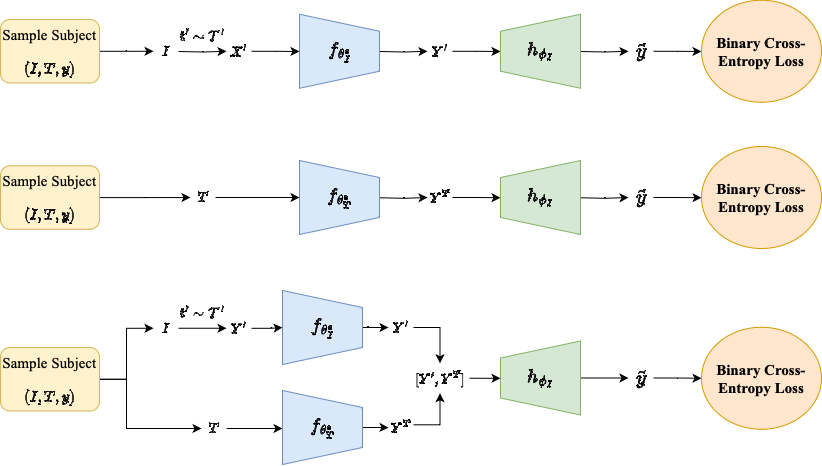
Above: fine-tuning.drawio.png in Vivano/amal-project (draw.io), before the change. Source tidied: cells renumbered, new cells last; positions are measured from the earlier drawing's top-left corner, leaving out a move shared by most shapes.
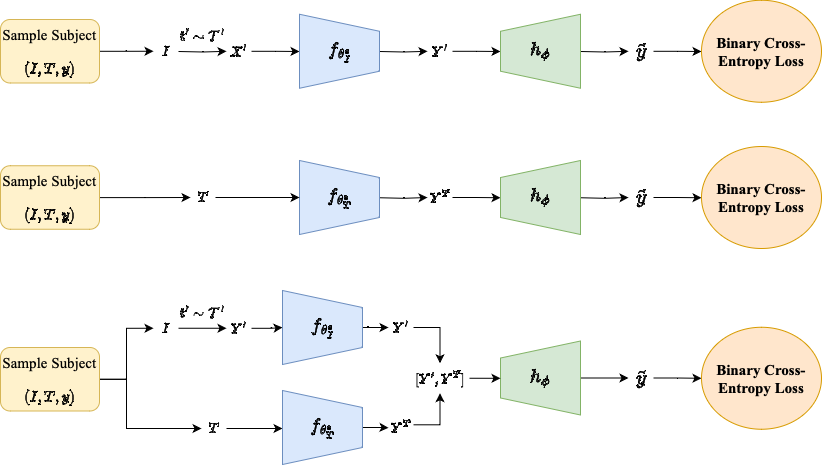
The same diagram one commit later.

Commit message:
Mettre à jour fine-tuning.drawio.png

The edit, as a diff of the source:
```diff
@@ -33,7 +33,7 @@
     <mxCell id="10" style="edgeStyle=orthogonalEdgeStyle;rounded=0;jettySize=auto;html=1;" parent="1" edge="1" source="11" target="13">
       <mxGeometry relative="1" as="geometry" />
     </mxCell>
-    <mxCell id="11" value="&lt;font style=&quot;font-size: 16px;&quot;&gt;$$h_{\phi_I}$$&lt;/font&gt;" style="verticalLabelPosition=middle;verticalAlign=middle;html=1;shape=trapezoid;perimeter=trapezoidPerimeter;whiteSpace=wrap;size=0.23;arcSize=10;flipV=1;labelPosition=center;align=center;labelBackgroundColor=none;fillColor=#d5e8d4;labelBorderColor=none;strokeColor=#82b366;direction=south;fontSize=16;flipH=1;" parent="1" vertex="1">
+    <mxCell id="11" value="&lt;font style=&quot;font-size: 16px;&quot;&gt;$$h_{\phi}$$&lt;/font&gt;" style="verticalLabelPosition=middle;verticalAlign=middle;html=1;shape=trapezoid;perimeter=trapezoidPerimeter;whiteSpace=wrap;size=0.23;arcSize=10;flipV=1;labelPosition=center;align=center;labelBackgroundColor=none;fillColor=#d5e8d4;labelBorderColor=none;strokeColor=#82b366;direction=south;fontSize=16;flipH=1;" parent="1" vertex="1">
       <mxGeometry x="500" y="340.5" width="80" height="74" as="geometry" />
     </mxCell>
     <mxCell id="12" style="edgeStyle=orthogonalEdgeStyle;rounded=0;jettySize=auto;html=1;" parent="1" edge="1" source="13" target="14">
@@ -134,7 +134,7 @@
     <mxCell id="35" value="&lt;span style=&quot;font-size: 16px;&quot;&gt;$$f_{\theta_I^*}$$&lt;/span&gt;" style="verticalLabelPosition=middle;verticalAlign=middle;html=1;shape=trapezoid;perimeter=trapezoidPerimeter;whiteSpace=wrap;size=0.23;arcSize=10;flipV=1;labelPosition=center;align=center;labelBackgroundColor=none;fillColor=#dae8fc;labelBorderColor=none;strokeColor=#6c8ebf;direction=south;fontSize=16;" parent="1" vertex="1">
       <mxGeometry x="299" y="13.8" width="80" height="74" as="geometry" />
     </mxCell>
-    <mxCell id="36" value="&lt;font style=&quot;font-size: 16px;&quot;&gt;$$h_{\phi_I}$$&lt;/font&gt;" style="verticalLabelPosition=middle;verticalAlign=middle;html=1;shape=trapezoid;perimeter=trapezoidPerimeter;whiteSpace=wrap;size=0.23;arcSize=10;flipV=1;labelPosition=center;align=center;labelBackgroundColor=none;fillColor=#d5e8d4;labelBorderColor=none;strokeColor=#82b366;direction=south;fontSize=16;flipH=1;" parent="1" vertex="1">
+    <mxCell id="36" value="&lt;font style=&quot;font-size: 16px;&quot;&gt;$$h_{\phi}$$&lt;/font&gt;" style="verticalLabelPosition=middle;verticalAlign=middle;html=1;shape=trapezoid;perimeter=trapezoidPerimeter;whiteSpace=wrap;size=0.23;arcSize=10;flipV=1;labelPosition=center;align=center;labelBackgroundColor=none;fillColor=#d5e8d4;labelBorderColor=none;strokeColor=#82b366;direction=south;fontSize=16;flipH=1;" parent="1" vertex="1">
       <mxGeometry x="500" y="13.8" width="80" height="74" as="geometry" />
     </mxCell>
     <mxCell id="37" value="Binary Cross-Entropy Loss" style="ellipse;whiteSpace=wrap;html=1;fontSize=15;verticalAlign=middle;fontFamily=Times New Roman;labelPosition=center;verticalLabelPosition=middle;align=center;fillColor=#ffe6cc;strokeColor=#d79b00;fontStyle=1;" parent="1" vertex="1">
@@ -184,7 +184,7 @@
     <mxCell id="49" value="&lt;span style=&quot;font-size: 16px;&quot;&gt;$$f_{\theta_T^*}$$&lt;/span&gt;" style="verticalLabelPosition=middle;verticalAlign=middle;html=1;shape=trapezoid;perimeter=trapezoidPerimeter;whiteSpace=wrap;size=0.23;arcSize=10;flipV=1;labelPosition=center;align=center;labelBackgroundColor=none;fillColor=#dae8fc;labelBorderColor=none;strokeColor=#6c8ebf;direction=south;fontSize=16;" parent="1" vertex="1">
       <mxGeometry x="299" y="160" width="80" height="74" as="geometry" />
     </mxCell>
-    <mxCell id="50" value="&lt;font style=&quot;font-size: 16px;&quot;&gt;$$h_{\phi_I}$$&lt;/font&gt;" style="verticalLabelPosition=middle;verticalAlign=middle;html=1;shape=trapezoid;perimeter=trapezoidPerimeter;whiteSpace=wrap;size=0.23;arcSize=10;flipV=1;labelPosition=center;align=center;labelBackgroundColor=none;fillColor=#d5e8d4;labelBorderColor=none;strokeColor=#82b366;direction=south;fontSize=16;flipH=1;" parent="1" vertex="1">
+    <mxCell id="50" value="&lt;font style=&quot;font-size: 16px;&quot;&gt;$$h_{\phi}$$&lt;/font&gt;" style="verticalLabelPosition=middle;verticalAlign=middle;html=1;shape=trapezoid;perimeter=trapezoidPerimeter;whiteSpace=wrap;size=0.23;arcSize=10;flipV=1;labelPosition=center;align=center;labelBackgroundColor=none;fillColor=#d5e8d4;labelBorderColor=none;strokeColor=#82b366;direction=south;fontSize=16;flipH=1;" parent="1" vertex="1">
       <mxGeometry x="500" y="160" width="80" height="74" as="geometry" />
     </mxCell>
     <mxCell id="51" value="&lt;span&gt;Binary Cross-Entropy Loss&lt;/span&gt;" style="ellipse;whiteSpace=wrap;html=1;fontSize=15;verticalAlign=middle;fontFamily=Times New Roman;labelPosition=center;verticalLabelPosition=middle;align=center;fillColor=#ffe6cc;strokeColor=#d79b00;fontStyle=1;" parent="1" vertex="1">
```
